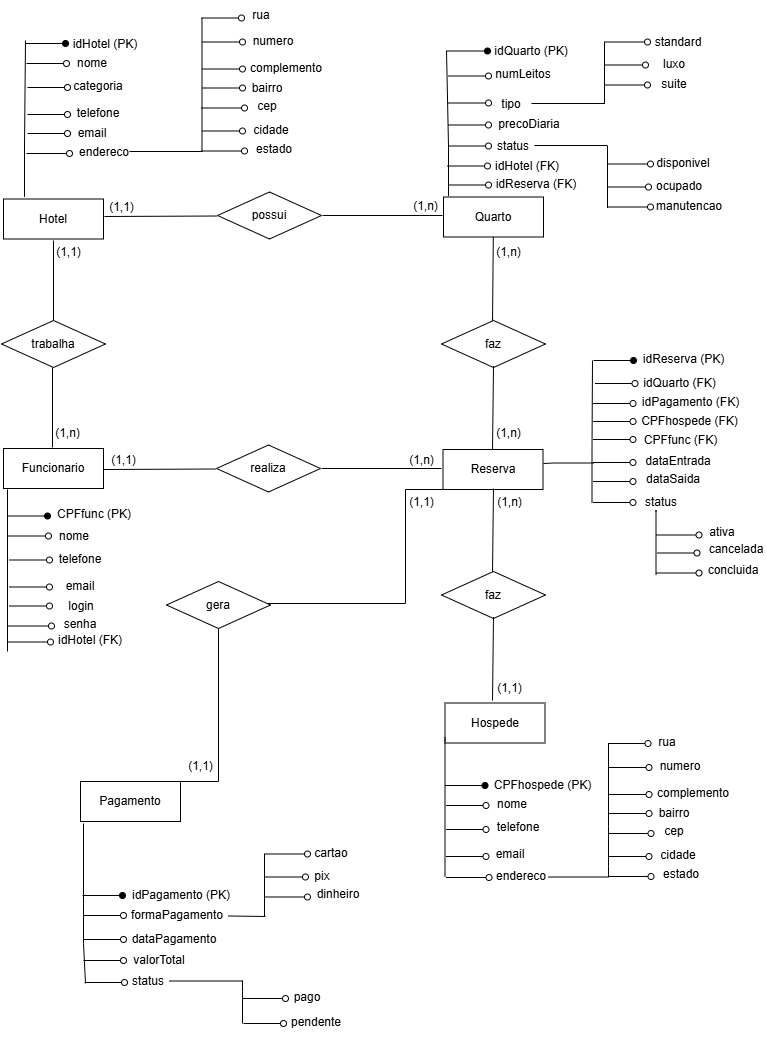
brunoadsdados/trabalho_banco_de_dados keeps this draw.io diagram as rede_de_hoteis.drawio.png. Above is the earlier version. Source tidied: cells renumbered, new cells last; positions are measured from the earlier drawing's top-left corner, leaving out a move shared by most shapes.
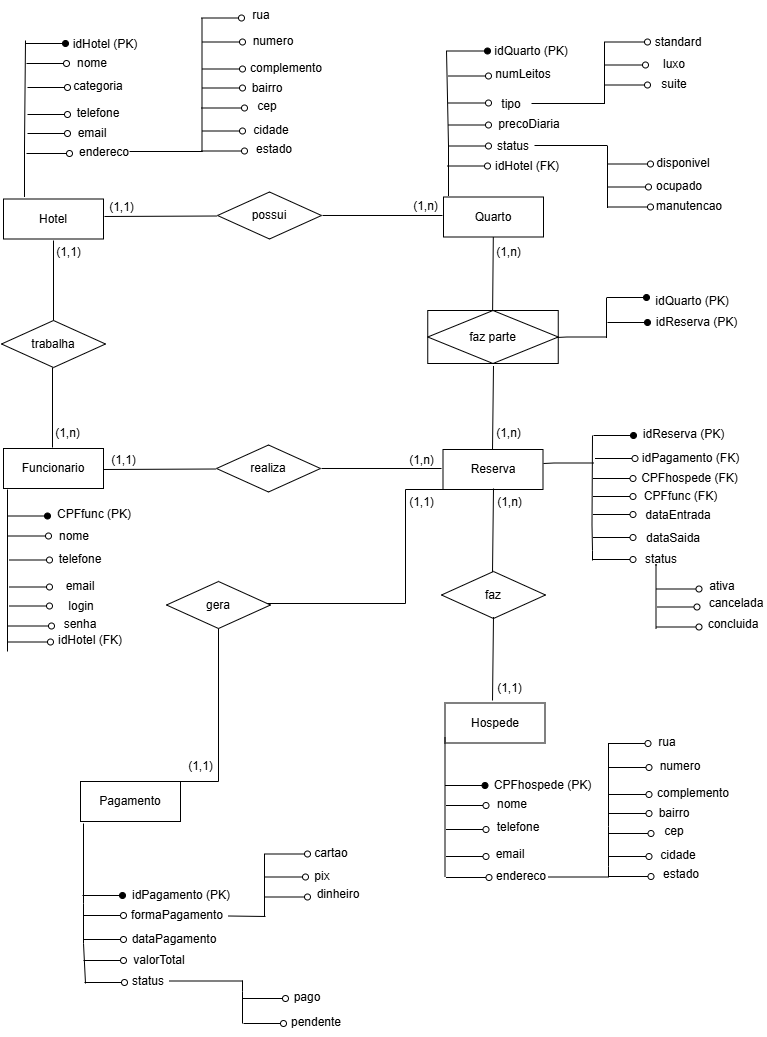
Later version of the same file.

Diff of the diagram source:
```diff
@@ -503,84 +503,78 @@
     </mxCell>
     <mxCell id="104" style="endArrow=oval;html=1;rounded=1;curved=0;endFill=1;" parent="1" edge="1">
       <mxGeometry relative="1" as="geometry">
-        <mxPoint x="592" y="360" as="sourcePoint" />
-        <mxPoint x="632" y="360" as="targetPoint" />
+        <mxPoint x="592" y="435" as="sourcePoint" />
+        <mxPoint x="632" y="435" as="targetPoint" />
       </mxGeometry>
     </mxCell>
     <mxCell id="105" value="idReserva (PK)" style="text;html=1;align=center;verticalAlign=middle;whiteSpace=wrap;rounded=0;" parent="1" vertex="1">
-      <mxGeometry x="639.5" y="344" width="85" height="30" as="geometry" />
+      <mxGeometry x="639.5" y="419" width="85" height="30" as="geometry" />
     </mxCell>
     <mxCell id="106" style="endArrow=oval;html=1;rounded=1;curved=0;endFill=0;" parent="1" edge="1">
       <mxGeometry relative="1" as="geometry">
-        <mxPoint x="591.5" y="462" as="sourcePoint" />
-        <mxPoint x="631.5" y="462" as="targetPoint" />
+        <mxPoint x="591.5" y="537" as="sourcePoint" />
+        <mxPoint x="631.5" y="537" as="targetPoint" />
       </mxGeometry>
     </mxCell>
     <mxCell id="107" value="dataEntrada" style="text;html=1;align=center;verticalAlign=middle;whiteSpace=wrap;rounded=0;" parent="1" vertex="1">
-      <mxGeometry x="646.5" y="446" width="60" height="30" as="geometry" />
+      <mxGeometry x="646.5" y="500" width="60" height="30" as="geometry" />
     </mxCell>
     <mxCell id="108" style="endArrow=oval;html=1;rounded=1;curved=0;endFill=0;" parent="1" edge="1">
       <mxGeometry relative="1" as="geometry">
-        <mxPoint x="591.5" y="481" as="sourcePoint" />
-        <mxPoint x="631.5" y="481" as="targetPoint" />
+        <mxPoint x="591.5" y="559" as="sourcePoint" />
+        <mxPoint x="631.5" y="559" as="targetPoint" />
       </mxGeometry>
     </mxCell>
     <mxCell id="109" value="dataSaida" style="text;html=1;align=center;verticalAlign=middle;whiteSpace=wrap;rounded=0;" parent="1" vertex="1">
-      <mxGeometry x="641.5" y="464" width="60" height="30" as="geometry" />
+      <mxGeometry x="641.5" y="523" width="60" height="30" as="geometry" />
     </mxCell>
-    <mxCell id="110" style="endArrow=oval;html=1;rounded=1;curved=0;endFill=0;" parent="1" edge="1">
-      <mxGeometry relative="1" as="geometry">
-        <mxPoint x="591.5" y="502" as="sourcePoint" />
-        <mxPoint x="631.5" y="502" as="targetPoint" />
-      </mxGeometry>
-    </mxCell>
     <mxCell id="111" value="status" style="text;html=1;align=center;verticalAlign=middle;whiteSpace=wrap;rounded=0;" parent="1" vertex="1">
-      <mxGeometry x="629.5" y="487" width="60" height="30" as="geometry" />
+      <mxGeometry x="629.5" y="544" width="60" height="30" as="geometry" />
     </mxCell>
     <mxCell id="112" style="endArrow=oval;html=1;rounded=1;curved=0;endFill=0;" parent="1" edge="1">
       <mxGeometry relative="1" as="geometry">
-        <mxPoint x="654.5" y="534.5" as="sourcePoint" />
-        <mxPoint x="697.5" y="534.5" as="targetPoint" />
+        <mxPoint x="654.5" y="588.5" as="sourcePoint" />
+        <mxPoint x="697.5" y="588.5" as="targetPoint" />
       </mxGeometry>
     </mxCell>
     <mxCell id="113" style="endArrow=oval;html=1;rounded=1;curved=0;endFill=0;" parent="1" edge="1">
       <mxGeometry relative="1" as="geometry">
-        <mxPoint x="655.5" y="552.5" as="sourcePoint" />
-        <mxPoint x="695.5" y="552.5" as="targetPoint" />
+        <mxPoint x="655.5" y="606.5" as="sourcePoint" />
+        <mxPoint x="695.5" y="606.5" as="targetPoint" />
       </mxGeometry>
     </mxCell>
     <mxCell id="114" style="endArrow=oval;html=1;rounded=1;curved=0;endFill=0;" parent="1" edge="1">
       <mxGeometry relative="1" as="geometry">
-        <mxPoint x="654.5" y="572.5" as="sourcePoint" />
-        <mxPoint x="697.5" y="572.5" as="targetPoint" />
+        <mxPoint x="654.5" y="626.5" as="sourcePoint" />
+        <mxPoint x="697.5" y="626.5" as="targetPoint" />
       </mxGeometry>
     </mxCell>
     <mxCell id="115" value="cancelada" style="text;html=1;align=center;verticalAlign=middle;whiteSpace=wrap;rounded=0;" parent="1" vertex="1">
-      <mxGeometry x="705" y="534" width="60" height="30" as="geometry" />
+      <mxGeometry x="705" y="588" width="60" height="30" as="geometry" />
     </mxCell>
     <mxCell id="116" value="concluida" style="text;html=1;align=center;verticalAlign=middle;whiteSpace=wrap;rounded=0;" parent="1" vertex="1">
-      <mxGeometry x="702" y="554.5" width="60" height="30" as="geometry" />
+      <mxGeometry x="702" y="608.5" width="60" height="30" as="geometry" />
     </mxCell>
     <mxCell id="117" value="ativa" style="text;html=1;align=center;verticalAlign=middle;whiteSpace=wrap;rounded=0;" parent="1" vertex="1">
-      <mxGeometry x="691" y="517" width="60" height="30" as="geometry" />
+      <mxGeometry x="691" y="571" width="60" height="30" as="geometry" />
     </mxCell>
     <mxCell id="118" style="endArrow=none;html=1;rounded=0;" parent="1" edge="1">
       <mxGeometry relative="1" as="geometry">
-        <mxPoint x="654.5" y="574.5" as="sourcePoint" />
-        <mxPoint x="654.5" y="511" as="targetPoint" />
+        <mxPoint x="654.5" y="628.5" as="sourcePoint" />
+        <mxPoint x="654.5" y="565" as="targetPoint" />
         <Array as="points">
-          <mxPoint x="654.5" y="549.5" />
-          <mxPoint x="654.5" y="509.5" />
+          <mxPoint x="654.5" y="603.5" />
+          <mxPoint x="654.5" y="563.5" />
         </Array>
       </mxGeometry>
     </mxCell>
     <mxCell id="119" style="endArrow=none;html=1;rounded=0;" parent="1" edge="1">
       <mxGeometry relative="1" as="geometry">
-        <mxPoint x="590.5" y="502.5" as="sourcePoint" />
-        <mxPoint x="591" y="360" as="targetPoint" />
+        <mxPoint x="591" y="560" as="sourcePoint" />
+        <mxPoint x="591" y="435" as="targetPoint" />
         <Array as="points">
-          <mxPoint x="590.5" y="489.5" />
-          <mxPoint x="590.5" y="449.5" />
+          <mxPoint x="591" y="550" />
+          <mxPoint x="590.5" y="524.5" />
         </Array>
       </mxGeometry>
     </mxCell>
@@ -775,9 +769,6 @@
         <mxPoint x="214" y="468.5" as="targetPoint" />
       </mxGeometry>
     </mxCell>
-    <mxCell id="156" value="faz" style="rhombus;whiteSpace=wrap;html=1;" parent="1" vertex="1">
-      <mxGeometry x="440" y="320" width="104" height="47" as="geometry" />
-    </mxCell>
     <mxCell id="157" style="endArrow=none;html=1;rounded=0;exitX=0.5;exitY=0;exitDx=0;exitDy=0;" parent="1" edge="1" target="4">
       <mxGeometry relative="1" as="geometry">
         <mxPoint x="491" y="320.5" as="sourcePoint" />
@@ -871,48 +862,76 @@
     </mxCell>
     <mxCell id="180" style="endArrow=oval;html=1;rounded=1;curved=0;endFill=0;" parent="1" edge="1">
       <mxGeometry relative="1" as="geometry">
-        <mxPoint x="591.5" y="439" as="sourcePoint" />
-        <mxPoint x="631.5" y="439" as="targetPoint" />
+        <mxPoint x="591.5" y="514" as="sourcePoint" />
+        <mxPoint x="631.5" y="514" as="targetPoint" />
       </mxGeometry>
     </mxCell>
     <mxCell id="181" value="CPFfunc (FK)" style="text;html=1;align=center;verticalAlign=middle;whiteSpace=wrap;rounded=0;" parent="1" vertex="1">
-      <mxGeometry x="636.5" y="425" width="84.5" height="30" as="geometry" />
+      <mxGeometry x="636.5" y="481" width="84.5" height="30" as="geometry" />
     </mxCell>
     <mxCell id="182" style="endArrow=oval;html=1;rounded=1;curved=0;endFill=0;" parent="1" edge="1">
       <mxGeometry relative="1" as="geometry">
-        <mxPoint x="591.5" y="421" as="sourcePoint" />
-        <mxPoint x="631.5" y="421" as="targetPoint" />
+        <mxPoint x="591.5" y="496" as="sourcePoint" />
+        <mxPoint x="631.5" y="496" as="targetPoint" />
       </mxGeometry>
     </mxCell>
     <mxCell id="183" value="CPFhospede (FK)" style="text;html=1;align=center;verticalAlign=middle;whiteSpace=wrap;rounded=0;" parent="1" vertex="1">
-      <mxGeometry x="636.5" y="406" width="102.5" height="30" as="geometry" />
+      <mxGeometry x="636.5" y="463" width="102.5" height="30" as="geometry" />
     </mxCell>
-    <mxCell id="184" value="idQuarto (FK)" style="text;html=1;align=center;verticalAlign=middle;whiteSpace=wrap;rounded=0;" parent="1" vertex="1">
-      <mxGeometry x="626.5" y="368" width="102.5" height="30" as="geometry" />
-    </mxCell>
     <mxCell id="185" style="endArrow=oval;html=1;rounded=1;curved=0;endFill=0;" parent="1" edge="1">
       <mxGeometry relative="1" as="geometry">
-        <mxPoint x="593.5" y="383" as="sourcePoint" />
-        <mxPoint x="633.5" y="383" as="targetPoint" />
+        <mxPoint x="593.5" y="458" as="sourcePoint" />
+        <mxPoint x="633.5" y="458" as="targetPoint" />
       </mxGeometry>
     </mxCell>
     <mxCell id="186" style="endArrow=oval;html=1;rounded=1;curved=0;endFill=0;" parent="1" edge="1">
       <mxGeometry relative="1" as="geometry">
-        <mxPoint x="591.5" y="403" as="sourcePoint" />
-        <mxPoint x="631.5" y="403" as="targetPoint" />
+        <mxPoint x="591.5" y="478" as="sourcePoint" />
+        <mxPoint x="631.5" y="478" as="targetPoint" />
       </mxGeometry>
     </mxCell>
     <mxCell id="187" value="idPagamento (FK)" style="text;html=1;align=center;verticalAlign=middle;whiteSpace=wrap;rounded=0;" parent="1" vertex="1">
-      <mxGeometry x="637.5" y="387" width="102.5" height="30" as="geometry" />
+      <mxGeometry x="637.5" y="443" width="102.5" height="30" as="geometry" />
     </mxCell>
-    <mxCell id="188" style="endArrow=oval;html=1;rounded=1;curved=0;endFill=0;" parent="1" edge="1">
-      <mxGeometry relative="1" as="geometry">
-        <mxPoint x="447" y="184.5" as="sourcePoint" />
-        <mxPoint x="487" y="184.5" as="targetPoint" />
-      </mxGeometry>
-    </mxCell>
-    <mxCell id="189" value="idReserva (FK)" style="text;html=1;align=center;verticalAlign=middle;whiteSpace=wrap;rounded=0;" parent="1" vertex="1">
-      <mxGeometry x="491.5" y="168.5" width="85.5" height="30" as="geometry" />
-    </mxCell>
+    <mxCell id="190" value="faz parte" style="shape=associativeEntity;whiteSpace=wrap;html=1;align=center;" parent="1" vertex="1">
+      <mxGeometry x="426.2" y="310" width="130.5" height="53" as="geometry" />
+    </mxCell>
+    <mxCell id="191" style="endArrow=none;html=1;rounded=0;" parent="1" edge="1">
+      <mxGeometry relative="1" as="geometry">
+        <mxPoint x="605.5" y="336.5" as="sourcePoint" />
+        <mxPoint x="555" y="337" as="targetPoint" />
+        <Array as="points">
+          <mxPoint x="565.5" y="336.5" />
+        </Array>
+      </mxGeometry>
+    </mxCell>
+    <mxCell id="192" style="endArrow=none;html=1;rounded=0;" parent="1" edge="1">
+      <mxGeometry relative="1" as="geometry">
+        <mxPoint x="605" y="321" as="sourcePoint" />
+        <mxPoint x="605" y="298" as="targetPoint" />
+        <Array as="points">
+          <mxPoint x="605" y="337.5" />
+          <mxPoint x="605" y="297.5" />
+        </Array>
+      </mxGeometry>
+    </mxCell>
+    <mxCell id="193" value="idReserva (PK)" style="text;html=1;align=center;verticalAlign=middle;whiteSpace=wrap;rounded=0;" parent="1" vertex="1">
+      <mxGeometry x="653" y="306.5" width="85" height="30" as="geometry" />
+    </mxCell>
+    <mxCell id="194" style="endArrow=oval;html=1;rounded=1;curved=0;endFill=1;" parent="1" edge="1">
+      <mxGeometry relative="1" as="geometry">
+        <mxPoint x="605" y="297" as="sourcePoint" />
+        <mxPoint x="645" y="297" as="targetPoint" />
+      </mxGeometry>
+    </mxCell>
+    <mxCell id="195" style="endArrow=oval;html=1;rounded=1;curved=0;endFill=1;" parent="1" edge="1">
+      <mxGeometry relative="1" as="geometry">
+        <mxPoint x="606" y="322" as="sourcePoint" />
+        <mxPoint x="646" y="322" as="targetPoint" />
+      </mxGeometry>
+    </mxCell>
+    <mxCell id="196" value="idQuarto (PK)" style="text;html=1;align=center;verticalAlign=middle;whiteSpace=wrap;rounded=0;" parent="1" vertex="1">
+      <mxGeometry x="652" y="286" width="78" height="30" as="geometry" />
+    </mxCell>
   </root>
 </mxGraphModel>
```
